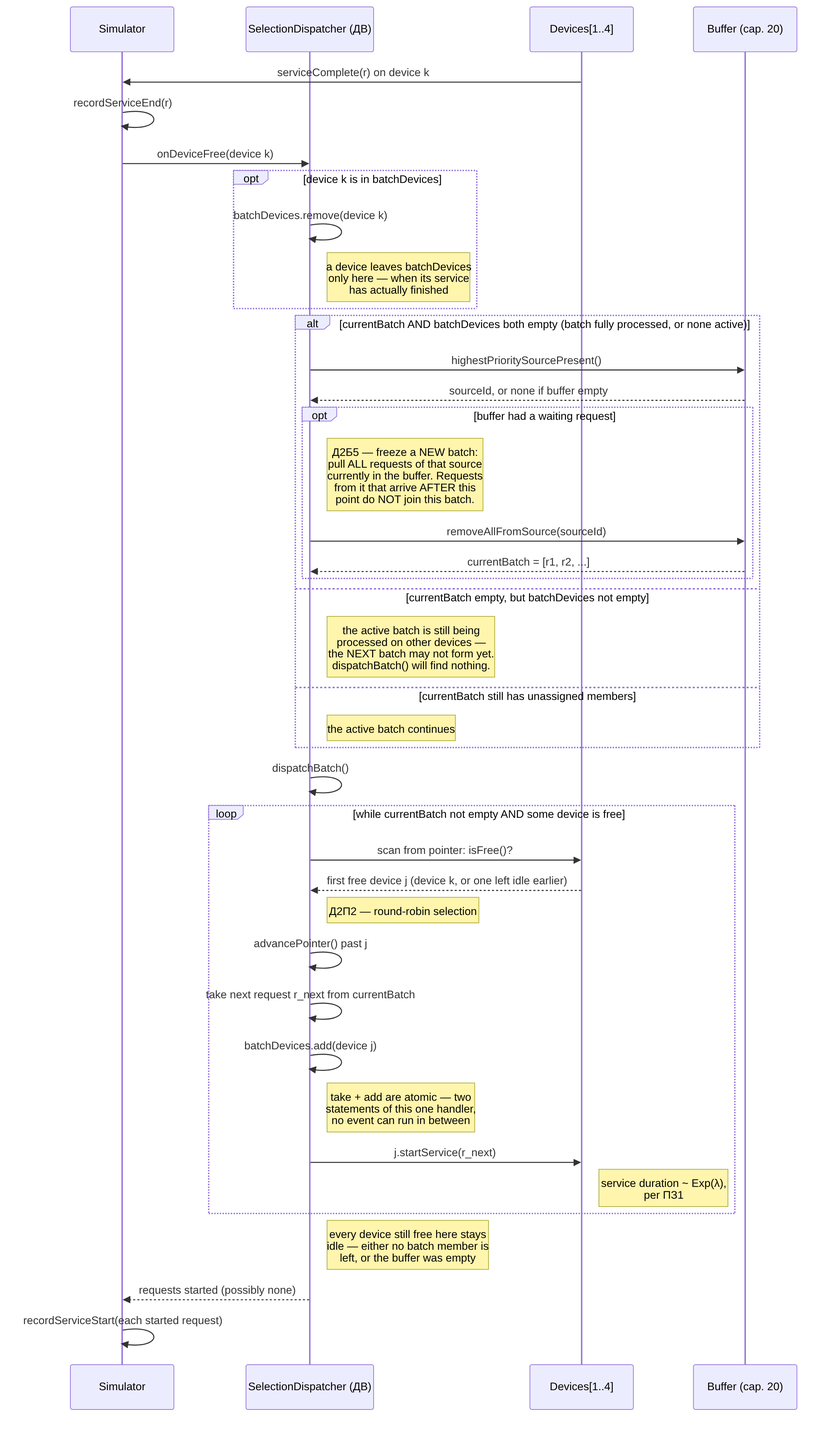
This is docs/diagrams/sequence-device-free.png from abdelrhmanbaha/smo-v24-commodity-trading, a Mermaid export, as it was before one commit. Its source is kept beside it as docs/diagrams/sequence-device-free.mmd. The source it was exported from:
```mermaid
sequenceDiagram
    participant Sim as Simulator
    participant ДВ as SelectionDispatcher (ДВ)
    participant D as Devices[1..4]
    participant B as Buffer (cap. 20)

    D->>Sim: serviceComplete(r) on device k
    Sim->>Sim: recordServiceEnd(r)
    Sim->>ДВ: onDeviceFree(device k)

    opt device k is in batchDevices
        ДВ->>ДВ: batchDevices.remove(device k)
        Note right of ДВ: a device leaves batchDevices<br/>only here — when its service<br/>has actually finished
    end

    alt currentBatch AND batchDevices both empty (batch fully processed, or none active)
        ДВ->>B: highestPrioritySourcePresent()
        B-->>ДВ: sourceId, or none if buffer empty
        opt buffer had a waiting request
            Note right of ДВ: Д2Б5 — freeze a NEW batch:<br/>pull ALL requests of that source<br/>currently in the buffer. Requests<br/>from it that arrive AFTER this<br/>point do NOT join this batch.
            ДВ->>B: removeAllFromSource(sourceId)
            B-->>ДВ: currentBatch = [r1, r2, ...]
        end
    else currentBatch empty, but batchDevices not empty
        Note right of ДВ: the active batch is still being<br/>processed on other devices —<br/>the NEXT batch may not form yet.<br/>dispatchBatch() will find nothing.
    else currentBatch still has unassigned members
        Note right of ДВ: the active batch continues
    end

    ДВ->>ДВ: dispatchBatch()
    loop while currentBatch not empty AND some device is free
        ДВ->>D: scan from pointer: isFree()?
        D-->>ДВ: first free device j (device k, or one left idle earlier)
        Note right of ДВ: Д2П2 — round-robin selection
        ДВ->>ДВ: advancePointer() past j
        ДВ->>ДВ: take next request r_next from currentBatch
        ДВ->>ДВ: batchDevices.add(device j)
        Note right of ДВ: take + add are atomic — two<br/>statements of this one handler,<br/>no event can run in between
        ДВ->>D: j.startService(r_next)
        Note right of D: service duration ~ Exp(λ),<br/>per ПЗ1
    end
    Note right of ДВ: every device still free here stays<br/>idle — either no batch member is<br/>left, or the buffer was empty
    ДВ-->>Sim: requests started (possibly none)
    Sim->>Sim: recordServiceStart(each started request)
```
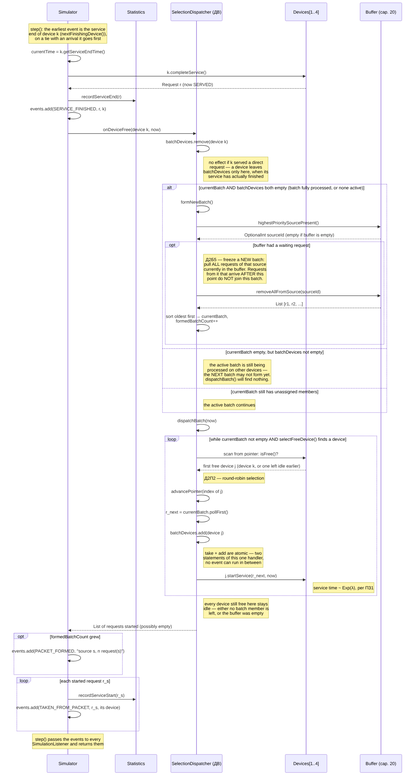
After the change.

Commit message:
Update sequence diagrams and flowchart to match the implementation

What changed in the source:
```diff
@@ -1,25 +1,30 @@
 sequenceDiagram
     participant Sim as Simulator
+    participant St as Statistics
     participant ДВ as SelectionDispatcher (ДВ)
     participant D as Devices[1..4]
     participant B as Buffer (cap. 20)
 
-    D->>Sim: serviceComplete(r) on device k
-    Sim->>Sim: recordServiceEnd(r)
-    Sim->>ДВ: onDeviceFree(device k)
+    Note over Sim: step(): the earliest event is the service<br/>end of device k (nextFinishingDevice()),<br/>on a tie with an arrival it goes first
+    Sim->>Sim: currentTime = k.getServiceEndTime()
+    Sim->>D: k.completeService()
+    D-->>Sim: Request r (now SERVED)
+    Sim->>St: recordServiceEnd(r)
+    Sim->>Sim: events.add(SERVICE_FINISHED, r, k)
+    Sim->>ДВ: onDeviceFree(device k, now)
 
-    opt device k is in batchDevices
-        ДВ->>ДВ: batchDevices.remove(device k)
-        Note right of ДВ: a device leaves batchDevices<br/>only here — when its service<br/>has actually finished
-    end
+    ДВ->>ДВ: batchDevices.remove(device k)
+    Note right of ДВ: no effect if k served a direct<br/>request — a device leaves<br/>batchDevices only here, when its<br/>service has actually finished
 
     alt currentBatch AND batchDevices both empty (batch fully processed, or none active)
+        ДВ->>ДВ: formNewBatch()
         ДВ->>B: highestPrioritySourcePresent()
-        B-->>ДВ: sourceId, or none if buffer empty
+        B-->>ДВ: OptionalInt sourceId (empty if buffer is empty)
         opt buffer had a waiting request
             Note right of ДВ: Д2Б5 — freeze a NEW batch:<br/>pull ALL requests of that source<br/>currently in the buffer. Requests<br/>from it that arrive AFTER this<br/>point do NOT join this batch.
             ДВ->>B: removeAllFromSource(sourceId)
-            B-->>ДВ: currentBatch = [r1, r2, ...]
+            B-->>ДВ: List [r1, r2, ...]
+            ДВ->>ДВ: sort oldest first → currentBatch,<br/>formedBatchCount++
         end
     else currentBatch empty, but batchDevices not empty
         Note right of ДВ: the active batch is still being<br/>processed on other devices —<br/>the NEXT batch may not form yet.<br/>dispatchBatch() will find nothing.
@@ -27,18 +32,25 @@
         Note right of ДВ: the active batch continues
     end
 
-    ДВ->>ДВ: dispatchBatch()
-    loop while currentBatch not empty AND some device is free
+    ДВ->>ДВ: dispatchBatch(now)
+    loop while currentBatch not empty AND selectFreeDevice() finds a device
         ДВ->>D: scan from pointer: isFree()?
         D-->>ДВ: first free device j (device k, or one left idle earlier)
         Note right of ДВ: Д2П2 — round-robin selection
-        ДВ->>ДВ: advancePointer() past j
-        ДВ->>ДВ: take next request r_next from currentBatch
+        ДВ->>ДВ: advancePointer(index of j)
+        ДВ->>ДВ: r_next = currentBatch.pollFirst()
         ДВ->>ДВ: batchDevices.add(device j)
         Note right of ДВ: take + add are atomic — two<br/>statements of this one handler,<br/>no event can run in between
-        ДВ->>D: j.startService(r_next)
-        Note right of D: service duration ~ Exp(λ),<br/>per ПЗ1
+        ДВ->>D: j.startService(r_next, now)
+        Note right of D: service time ~ Exp(λ), per ПЗ1
     end
     Note right of ДВ: every device still free here stays<br/>idle — either no batch member is<br/>left, or the buffer was empty
-    ДВ-->>Sim: requests started (possibly none)
-    Sim->>Sim: recordServiceStart(each started request)
+    ДВ-->>Sim: List of requests started (possibly empty)
+    opt formedBatchCount grew
+        Sim->>Sim: events.add(PACKET_FORMED, "source s, n request(s)")
+    end
+    loop each started request r_s
+        Sim->>St: recordServiceStart(r_s)
+        Sim->>Sim: events.add(TAKEN_FROM_PACKET, r_s, its device)
+    end
+    Note over Sim: step() passes the events to every<br/>SimulationListener and returns them
```
